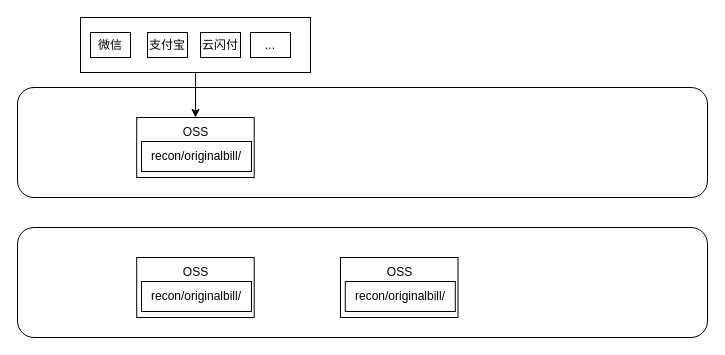
491705331/personal-notes keeps this draw.io diagram as page "三方" (6 of 7) of 流程图/work_bankFlow.drawio. Above is the earlier version. Source tidied: cells renumbered, new cells numbered last; positions are measured from the earlier drawing's top-left corner, leaving out a move shared by most shapes. Both pictures are drawn from the tidied source at 100%, with x=0, y=0 at pixel (17, 17).
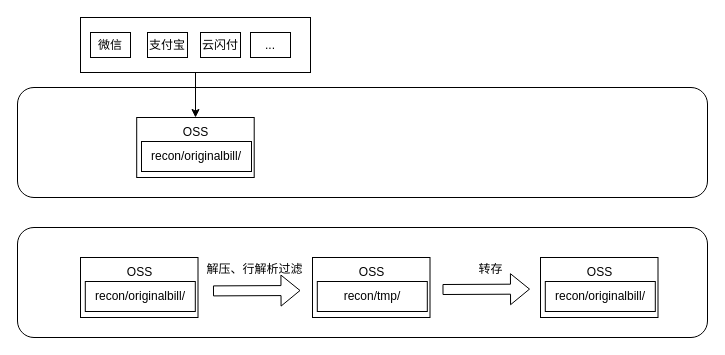
The same diagram, later.

Change to the diagram source:
```diff
@@
     <mxCell id="14" style="group;" parent="1" vertex="1">
-      <mxGeometry x="119.2" y="240" width="117.5" height="60" as="geometry" />
+      <mxGeometry x="63" y="240" width="117.5" height="60" as="geometry" />
     </mxCell>
@@
     <mxCell id="18" style="group;" parent="1" vertex="1">
-      <mxGeometry x="323" y="240" width="117.5" height="60" as="geometry" />
+      <mxGeometry x="523" y="240" width="117.5" height="60" as="geometry" />
     </mxCell>
@@
+    <mxCell id="22" style="shape=flexArrow;endArrow=classic;html=1;rounded=0;exitX=0.005;exitY=1.113;exitDx=0;exitDy=0;exitPerimeter=0;" parent="1" edge="1">
+      <mxGeometry relative="1" as="geometry">
+        <mxPoint x="195.5" y="273.4" as="sourcePoint" />
+        <mxPoint x="283" y="273" as="targetPoint" />
+      </mxGeometry>
+    </mxCell>
+    <mxCell id="23" style="group;" parent="1" vertex="1">
+      <mxGeometry x="295" y="240" width="117.5" height="60" as="geometry" />
+    </mxCell>
+    <mxCell id="24" style="rounded=0;whiteSpace=wrap;html=1;" parent="23" vertex="1">
+      <mxGeometry width="117.5" height="60" as="geometry" />
+    </mxCell>
+    <mxCell id="25" value="OSS" style="text;html=1;align=center;verticalAlign=middle;strokeColor=none;fillColor=none;" parent="23" vertex="1">
+      <mxGeometry x="33.8" width="50" height="30" as="geometry" />
+    </mxCell>
+    <mxCell id="26" value="recon/tmp/" style="rounded=0;whiteSpace=wrap;html=1;" parent="23" vertex="1">
+      <mxGeometry x="4.8" y="24" width="110" height="30" as="geometry" />
+    </mxCell>
+    <mxCell id="27" value="解压、行解析过滤" style="text;html=1;align=center;verticalAlign=middle;strokeColor=none;fillColor=none;" parent="1" vertex="1">
+      <mxGeometry x="177" y="237" width="120" height="30" as="geometry" />
+    </mxCell>
+    <mxCell id="28" style="shape=flexArrow;endArrow=classic;html=1;rounded=0;exitX=0.005;exitY=1.113;exitDx=0;exitDy=0;exitPerimeter=0;" parent="1" edge="1">
+      <mxGeometry relative="1" as="geometry">
+        <mxPoint x="425" y="272" as="sourcePoint" />
+        <mxPoint x="512.5" y="271.6" as="targetPoint" />
+      </mxGeometry>
+    </mxCell>
+    <mxCell id="29" value="转存" style="text;html=1;align=center;verticalAlign=middle;strokeColor=none;fillColor=none;" parent="1" vertex="1">
+      <mxGeometry x="448" y="237" width="50" height="30" as="geometry" />
+    </mxCell>
```
